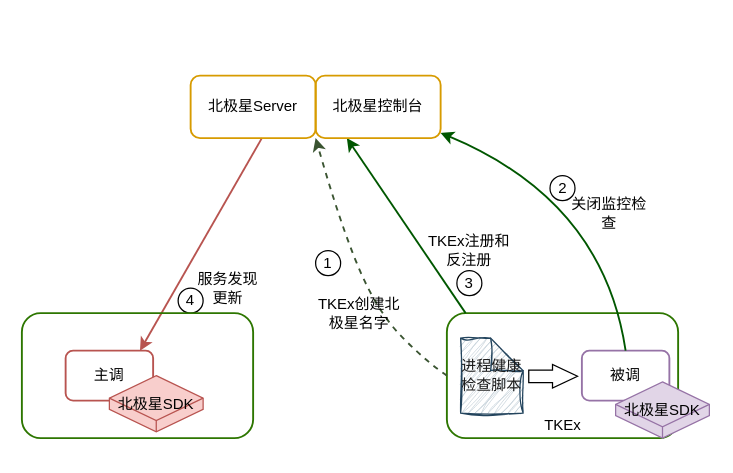
Before: base/会议北极星注册流程.drawio in melonshell/draw.io, a draw.io diagram. Source tidied: cells renumbered, new cells numbered last; positions are measured from the earlier drawing's top-left corner, leaving out a move shared by most shapes. Both pictures are drawn from the tidied source at 125%, with x=0, y=0 at pixel (21, 75).
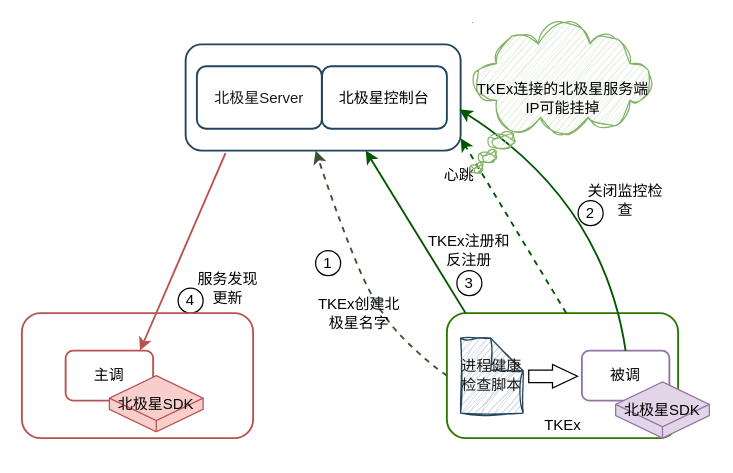
The same page after the edit.

Commit message:
更新会议北极星注册流程.drawio

Unchanged cells that the change refers to:
```xml
<mxCell id="2" style="rounded=1;whiteSpace=wrap;html=1;fillColor=none;strokeWidth=1.5;fontColor=#ffffff;strokeColor=#2D7600;" parent="1" vertex="1">
  <mxGeometry x="340" y="190" width="185" height="100" as="geometry" />
</mxCell>
<mxCell id="4" value="被调" style="rounded=1;whiteSpace=wrap;html=1;fillColor=none;strokeWidth=1.5;strokeColor=#9673a6;" parent="1" vertex="1">
  <mxGeometry x="448" y="220" width="70" height="40" as="geometry" />
</mxCell>
```

Diff of the diagram source:
```diff
@@
+    <mxCell id="25" style="rounded=1;whiteSpace=wrap;html=1;fillColor=none;strokeWidth=1.5;strokeColor=#23445d;" parent="1" vertex="1">
+      <mxGeometry x="131" y="-25" width="220" height="85" as="geometry" />
+    </mxCell>
@@
-    <mxCell id="7" style="curved=1;endArrow=classic;html=1;rounded=0;exitX=0.5;exitY=0;exitDx=0;exitDy=0;strokeWidth=1.5;fillColor=#008a00;strokeColor=#005700;" parent="1" edge="1" source="4" target="23">
+    <mxCell id="7" style="curved=1;endArrow=classic;html=1;rounded=0;exitX=0.5;exitY=0;exitDx=0;exitDy=0;strokeWidth=1.5;fillColor=#008a00;strokeColor=#005700;entryX=0.995;entryY=0.612;entryDx=0;entryDy=0;entryPerimeter=0;" parent="1" edge="1" source="4" target="25">
       <mxGeometry relative="1" as="geometry">
         <Array as="points">
           <mxPoint x="465" y="100" />
         </Array>
       </mxGeometry>
     </mxCell>
     <mxCell id="8" value="关闭监控检查" style="rounded=1;whiteSpace=wrap;html=1;fillColor=none;strokeWidth=1.5;strokeColor=none;" parent="1" vertex="1">
-      <mxGeometry x="435" y="90" width="70" height="40" as="geometry" />
+      <mxGeometry x="448" y="80" width="70" height="40" as="geometry" />
     </mxCell>
@@
-    <mxCell id="10" style="endArrow=classic;html=1;rounded=0;entryX=0.75;entryY=1;entryDx=0;entryDy=0;strokeWidth=1.5;fillColor=#008a00;strokeColor=#005700;exitX=0.081;exitY=0;exitDx=0;exitDy=0;exitPerimeter=0;" parent="1" edge="1" source="2">
-      <mxGeometry relative="1" as="geometry">
-        <mxPoint x="260" y="50" as="targetPoint" />
-      </mxGeometry>
+    <mxCell id="10" style="endArrow=classic;html=1;rounded=0;entryX=0.655;entryY=1;entryDx=0;entryDy=0;strokeWidth=1.5;fillColor=#008a00;strokeColor=#005700;exitX=0.081;exitY=0;exitDx=0;exitDy=0;exitPerimeter=0;entryPerimeter=0;" parent="1" edge="1" source="2" target="25">
+      <mxGeometry relative="1" as="geometry" />
     </mxCell>
@@
-    <mxCell id="12" style="endArrow=classic;html=1;rounded=0;entryX=0.75;entryY=0;entryDx=0;entryDy=0;strokeWidth=1.5;fillColor=#f8cecc;strokeColor=#b85450;exitX=0;exitY=1;exitDx=0;exitDy=0;" parent="1" edge="1">
+    <mxCell id="12" style="endArrow=classic;html=1;rounded=0;entryX=0.75;entryY=0;entryDx=0;entryDy=0;strokeWidth=1.5;fillColor=#f8cecc;strokeColor=#b85450;exitX=0.145;exitY=1.024;exitDx=0;exitDy=0;exitPerimeter=0;" parent="1" edge="1" source="25">
       <mxGeometry relative="1" as="geometry">
-        <mxPoint x="192" y="50" as="sourcePoint" />
         <mxPoint x="94.5" y="220" as="targetPoint" />
       </mxGeometry>
     </mxCell>
@@
-    <mxCell id="14" style="curved=1;endArrow=classic;html=1;rounded=0;exitX=0;exitY=0.5;exitDx=0;exitDy=0;entryX=0.5;entryY=1;entryDx=0;entryDy=0;dashed=1;strokeWidth=1.5;fillColor=#6d8764;strokeColor=#3A5431;" parent="1" edge="1" source="2">
+    <mxCell id="14" style="curved=1;endArrow=classic;html=1;rounded=0;exitX=0;exitY=0.5;exitDx=0;exitDy=0;dashed=1;strokeWidth=1.5;fillColor=#6d8764;strokeColor=#3A5431;" parent="1" edge="1" source="2">
       <mxGeometry relative="1" as="geometry">
-        <mxPoint x="235" y="50" as="targetPoint" />
+        <mxPoint x="235" y="60" as="targetPoint" />
         <Array as="points">
           <mxPoint x="325" y="230" />
           <mxPoint x="285" y="190" />
           <mxPoint x="255" y="120" />
         </Array>
       </mxGeometry>
     </mxCell>
@@
     <mxCell id="18" value="2" style="ellipse;whiteSpace=wrap;html=1;fillColor=none;" parent="1" vertex="1">
-      <mxGeometry x="422.5" y="80" width="20" height="20" as="geometry" />
+      <mxGeometry x="445" y="100" width="20" height="20" as="geometry" />
     </mxCell>
@@
-    <mxCell id="22" style="rounded=1;whiteSpace=wrap;html=1;fillColor=none;strokeWidth=1.5;fontColor=#ffffff;strokeColor=#2D7600;" parent="1" vertex="1">
+    <mxCell id="22" style="rounded=1;whiteSpace=wrap;html=1;fillColor=none;strokeWidth=1.5;strokeColor=#b85450;" parent="1" vertex="1">
       <mxGeometry y="190" width="185" height="100" as="geometry" />
     </mxCell>
-    <mxCell id="23" value="北极星控制台" style="rounded=1;whiteSpace=wrap;html=1;fillColor=none;strokeWidth=1.5;strokeColor=#d79b00;" parent="1" vertex="1">
-      <mxGeometry x="235" width="100" height="50" as="geometry" />
+    <mxCell id="23" value="北极星控制台" style="rounded=1;whiteSpace=wrap;html=1;fillColor=none;strokeWidth=1.5;strokeColor=#23445d;" parent="1" vertex="1">
+      <mxGeometry x="240" y="-7.5" width="100" height="50" as="geometry" />
     </mxCell>
-    <mxCell id="24" value="北极星Server" style="rounded=1;whiteSpace=wrap;html=1;fillColor=none;strokeWidth=1.5;strokeColor=#d79b00;" parent="1" vertex="1">
-      <mxGeometry x="135" width="100" height="50" as="geometry" />
+    <mxCell id="24" value="&lt;font color=&quot;#1a1a1a&quot;&gt;北极星Server&lt;/font&gt;" style="rounded=1;whiteSpace=wrap;html=1;fillColor=none;strokeWidth=1.5;strokeColor=#23445d;" parent="1" vertex="1">
+      <mxGeometry x="140" y="-7.5" width="100" height="50" as="geometry" />
     </mxCell>
+    <mxCell id="26" style="endArrow=classic;html=1;rounded=0;entryX=0.655;entryY=1;entryDx=0;entryDy=0;strokeWidth=1.5;fillColor=#008a00;strokeColor=#005700;exitX=0.5;exitY=0;exitDx=0;exitDy=0;entryPerimeter=0;dashed=1;" parent="1" edge="1">
+      <mxGeometry relative="1" as="geometry">
+        <mxPoint x="435.5" y="190" as="sourcePoint" />
+        <mxPoint x="351" y="50" as="targetPoint" />
+      </mxGeometry>
+    </mxCell>
+    <mxCell id="27" value="心跳" style="rounded=1;whiteSpace=wrap;html=1;fillColor=none;strokeWidth=1.5;strokeColor=none;" parent="1" vertex="1">
+      <mxGeometry x="315" y="60" width="70" height="40" as="geometry" />
+    </mxCell>
+    <mxCell id="28" value="TKEx连接的北极星服务端IP可能挂掉" style="whiteSpace=wrap;html=1;shape=mxgraph.basic.cloud_callout;fillColor=#d5e8d4;shadow=0;sketch=1;curveFitting=1;jiggle=2;strokeColor=#82b366;" parent="1" vertex="1">
+      <mxGeometry x="360.5" y="-42.5" width="144" height="120" as="geometry" />
+    </mxCell>
```
